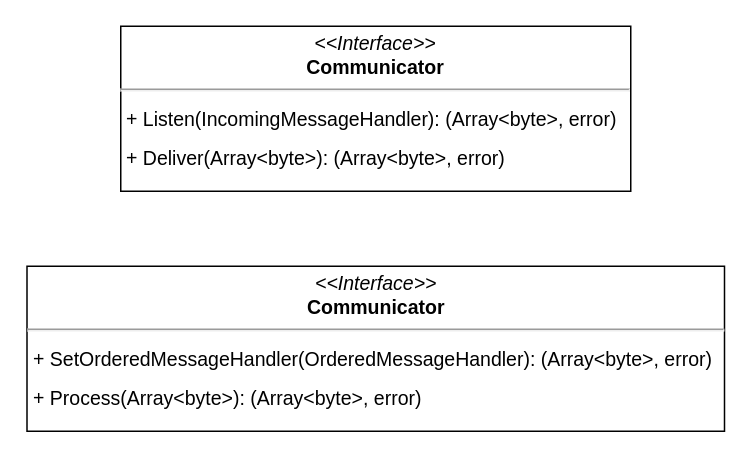
Before: diagrams/hermes-ifaces.drawio in tonussi/hermes-bkp, a draw.io diagram. Source tidied: cells renumbered, new cells numbered last; positions are measured from the earlier drawing's top-left corner, leaving out a move shared by most shapes. Both pictures are drawn from the tidied source at 150%, with x=0, y=0 at pixel (27, 26).
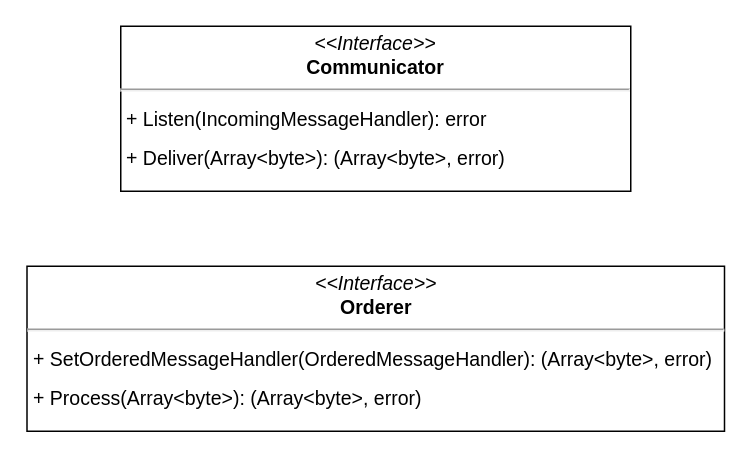
After the change.

The edit, as a diff of the source:
```diff
@@
 <mxGraphModel>
   <root>
     <mxCell id="0" />
     <mxCell id="1" parent="0" />
-    <mxCell id="2" value="&lt;p style=&quot;margin: 4px 0px 0px; text-align: center; font-size: 13px;&quot;&gt;&lt;font style=&quot;font-size: 13px;&quot;&gt;&lt;i style=&quot;font-size: 13px;&quot;&gt;&amp;lt;&amp;lt;Interface&amp;gt;&amp;gt;&lt;/i&gt;&lt;br style=&quot;font-size: 13px;&quot;&gt;&lt;b style=&quot;font-size: 13px;&quot;&gt;Communicator&lt;/b&gt;&lt;/font&gt;&lt;/p&gt;&lt;hr style=&quot;font-size: 13px;&quot;&gt;&lt;p style=&quot;margin: 0px 0px 0px 4px; font-size: 13px;&quot;&gt;&lt;font style=&quot;font-size: 13px; line-height: 200%;&quot;&gt;+ Listen(IncomingMessageHandler): (Array&amp;lt;byte&amp;gt;, error)&lt;br style=&quot;font-size: 13px;&quot;&gt;+ Deliver(Array&amp;lt;byte&amp;gt;): (Array&amp;lt;byte&amp;gt;, error)&lt;/font&gt;&lt;/p&gt;" style="verticalAlign=top;align=left;overflow=fill;fontSize=13;fontFamily=Helvetica;html=1;" parent="1" vertex="1">
+    <mxCell id="2" value="&lt;p style=&quot;margin: 4px 0px 0px ; text-align: center ; font-size: 13px&quot;&gt;&lt;font style=&quot;font-size: 13px&quot;&gt;&lt;i style=&quot;font-size: 13px&quot;&gt;&amp;lt;&amp;lt;Interface&amp;gt;&amp;gt;&lt;/i&gt;&lt;br style=&quot;font-size: 13px&quot;&gt;&lt;b style=&quot;font-size: 13px&quot;&gt;Communicator&lt;/b&gt;&lt;/font&gt;&lt;/p&gt;&lt;hr style=&quot;font-size: 13px&quot;&gt;&lt;p style=&quot;margin: 0px 0px 0px 4px ; font-size: 13px&quot;&gt;&lt;font style=&quot;font-size: 13px ; line-height: 200%&quot;&gt;+ Listen(IncomingMessageHandler): error&lt;br style=&quot;font-size: 13px&quot;&gt;+ Deliver(Array&amp;lt;byte&amp;gt;): (Array&amp;lt;byte&amp;gt;, error)&lt;/font&gt;&lt;/p&gt;" style="verticalAlign=top;align=left;overflow=fill;fontSize=13;fontFamily=Helvetica;html=1;" parent="1" vertex="1">
       <mxGeometry x="62" width="340" height="110" as="geometry" />
     </mxCell>
-    <mxCell id="3" value="&lt;p style=&quot;margin: 4px 0px 0px; text-align: center; font-size: 13px;&quot;&gt;&lt;font style=&quot;font-size: 13px;&quot;&gt;&lt;i style=&quot;font-size: 13px;&quot;&gt;&amp;lt;&amp;lt;Interface&amp;gt;&amp;gt;&lt;/i&gt;&lt;br style=&quot;font-size: 13px;&quot;&gt;&lt;b style=&quot;font-size: 13px;&quot;&gt;Communicator&lt;/b&gt;&lt;/font&gt;&lt;/p&gt;&lt;hr style=&quot;font-size: 13px;&quot;&gt;&lt;p style=&quot;margin: 0px 0px 0px 4px; font-size: 13px;&quot;&gt;&lt;font style=&quot;font-size: 13px; line-height: 200%;&quot;&gt;+ SetOrderedMessageHandler(OrderedMessageHandler): (Array&amp;lt;byte&amp;gt;, error)&lt;br style=&quot;font-size: 13px;&quot;&gt;+ Process(Array&amp;lt;byte&amp;gt;): (Array&amp;lt;byte&amp;gt;, error)&lt;/font&gt;&lt;/p&gt;" style="verticalAlign=top;align=left;overflow=fill;fontSize=13;fontFamily=Helvetica;html=1;" parent="1" vertex="1">
+    <mxCell id="3" value="&lt;p style=&quot;margin: 4px 0px 0px ; text-align: center ; font-size: 13px&quot;&gt;&lt;font style=&quot;font-size: 13px&quot;&gt;&lt;i style=&quot;font-size: 13px&quot;&gt;&amp;lt;&amp;lt;Interface&amp;gt;&amp;gt;&lt;/i&gt;&lt;br style=&quot;font-size: 13px&quot;&gt;&lt;b style=&quot;font-size: 13px&quot;&gt;Orderer&lt;/b&gt;&lt;/font&gt;&lt;/p&gt;&lt;hr style=&quot;font-size: 13px&quot;&gt;&lt;p style=&quot;margin: 0px 0px 0px 4px ; font-size: 13px&quot;&gt;&lt;font style=&quot;font-size: 13px ; line-height: 200%&quot;&gt;+ SetOrderedMessageHandler(OrderedMessageHandler): (Array&amp;lt;byte&amp;gt;, error)&lt;br style=&quot;font-size: 13px&quot;&gt;+ Process(Array&amp;lt;byte&amp;gt;): (Array&amp;lt;byte&amp;gt;, error)&lt;/font&gt;&lt;/p&gt;" style="verticalAlign=top;align=left;overflow=fill;fontSize=13;fontFamily=Helvetica;html=1;" parent="1" vertex="1">
       <mxGeometry x="-0.5" y="160" width="465" height="110" as="geometry" />
     </mxCell>
   </root>
 </mxGraphModel>
```
